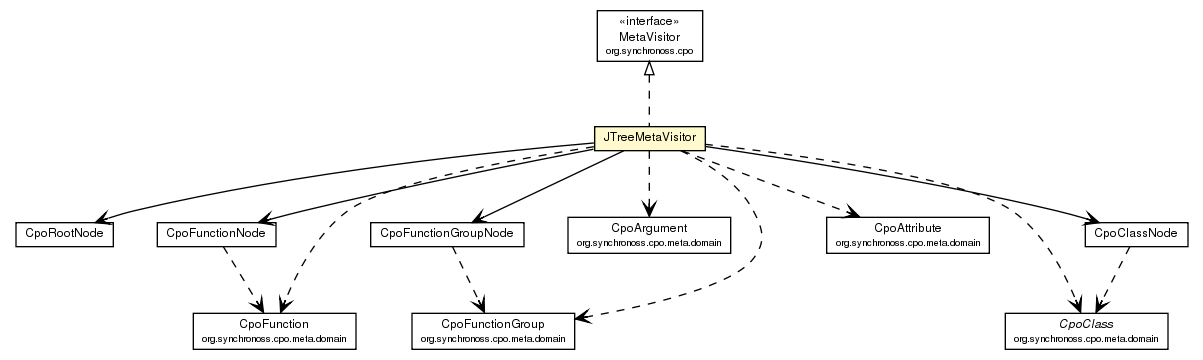
This is site/apidocs/org/synchronoss/cpo/util/JTreeMetaVisitor.png from synchronoss/cpo-util, a Graphviz export, as it was before one commit. Its source is kept beside it as site/apidocs/org/synchronoss/cpo/util/JTreeMetaVisitor.dot.
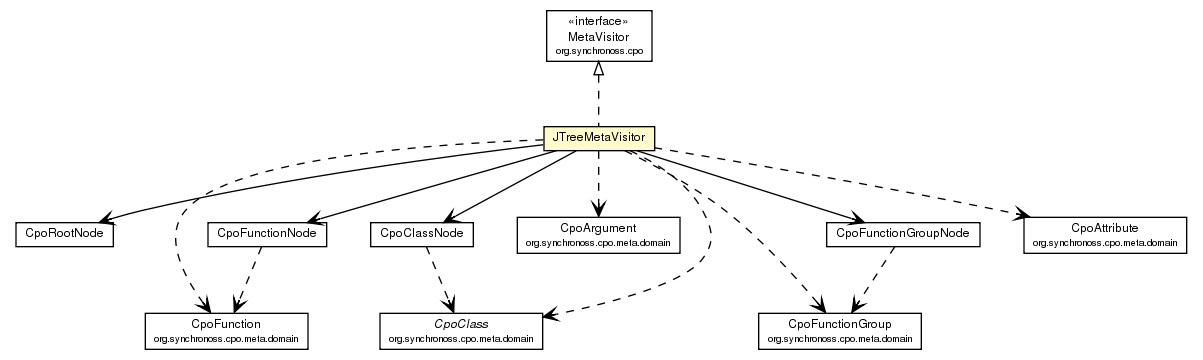
After the commit.

The edit, as a diff of the source:
```diff
@@ -33,14 +33,14 @@
 	c1707:p -> c1728:p [taillabel="", label="", headlabel="", fontname="Helvetica", fontcolor="black", fontsize=10.0, color="black", arrowhead=open];
 	c1707:p -> c1721:p [taillabel="", label="", headlabel="", fontname="Helvetica", fontcolor="black", fontsize=10.0, color="black", arrowhead=open];
 	c1707:p -> c1765:p [taillabel="", label="", headlabel="", fontname="Helvetica", fontcolor="black", fontsize=10.0, color="black", arrowhead=open, style=dashed];
-	c1707:p -> c1767:p [taillabel="", label="", headlabel="", fontname="Helvetica", fontcolor="black", fontsize=10.0, color="black", arrowhead=open, style=dashed];
+	c1707:p -> c1766:p [taillabel="", label="", headlabel="", fontname="Helvetica", fontcolor="black", fontsize=10.0, color="black", arrowhead=open, style=dashed];
 	c1707:p -> c1768:p [taillabel="", label="", headlabel="", fontname="Helvetica", fontcolor="black", fontsize=10.0, color="black", arrowhead=open, style=dashed];
 	c1707:p -> c1769:p [taillabel="", label="", headlabel="", fontname="Helvetica", fontcolor="black", fontsize=10.0, color="black", arrowhead=open, style=dashed];
 	c1707:p -> c1770:p [taillabel="", label="", headlabel="", fontname="Helvetica", fontcolor="black", fontsize=10.0, color="black", arrowhead=open, style=dashed];
-	c1721:p -> c1769:p [taillabel="", label="", headlabel="", fontname="Helvetica", fontcolor="black", fontsize=10.0, color="black", arrowhead=open, style=dashed];
-	c1723:p -> c1770:p [taillabel="", label="", headlabel="", fontname="Helvetica", fontcolor="black", fontsize=10.0, color="black", arrowhead=open, style=dashed];
-	c1728:p -> c1767:p [taillabel="", label="", headlabel="", fontname="Helvetica", fontcolor="black", fontsize=10.0, color="black", arrowhead=open, style=dashed];
-	c1770 [label=<<table border="0" cellborder="1" cellspacing="0" cellpadding="2" port="p" href="http://java.sun.com/j2se/1.4.2/docs/api/org/synchronoss/cpo/meta/domain/CpoClass.html">
+	c1721:p -> c1766:p [taillabel="", label="", headlabel="", fontname="Helvetica", fontcolor="black", fontsize=10.0, color="black", arrowhead=open, style=dashed];
+	c1723:p -> c1769:p [taillabel="", label="", headlabel="", fontname="Helvetica", fontcolor="black", fontsize=10.0, color="black", arrowhead=open, style=dashed];
+	c1728:p -> c1768:p [taillabel="", label="", headlabel="", fontname="Helvetica", fontcolor="black", fontsize=10.0, color="black", arrowhead=open, style=dashed];
+	c1769 [label=<<table border="0" cellborder="1" cellspacing="0" cellpadding="2" port="p" href="http://java.sun.com/j2se/1.4.2/docs/api/org/synchronoss/cpo/meta/domain/CpoClass.html">
 		<tr><td><table border="0" cellspacing="0" cellpadding="1">
 			<tr><td><font face="Helvetica-Oblique"> CpoClass </font></td></tr>
 			<tr><td><font point-size="7.0"> org.synchronoss.cpo.meta.domain </font></td></tr>
@@ -52,19 +52,19 @@
 			<tr><td><font point-size="7.0"> org.synchronoss.cpo.meta.domain </font></td></tr>
 		</table></td></tr>
 		</table>>, fontname="Helvetica", fontcolor="black", fontsize=9.0];
-	c1768 [label=<<table border="0" cellborder="1" cellspacing="0" cellpadding="2" port="p" href="http://java.sun.com/j2se/1.4.2/docs/api/org/synchronoss/cpo/meta/domain/CpoAttribute.html">
+	c1770 [label=<<table border="0" cellborder="1" cellspacing="0" cellpadding="2" port="p" href="http://java.sun.com/j2se/1.4.2/docs/api/org/synchronoss/cpo/meta/domain/CpoAttribute.html">
 		<tr><td><table border="0" cellspacing="0" cellpadding="1">
 			<tr><td> CpoAttribute </td></tr>
 			<tr><td><font point-size="7.0"> org.synchronoss.cpo.meta.domain </font></td></tr>
 		</table></td></tr>
 		</table>>, fontname="Helvetica", fontcolor="black", fontsize=9.0];
-	c1769 [label=<<table border="0" cellborder="1" cellspacing="0" cellpadding="2" port="p" href="http://java.sun.com/j2se/1.4.2/docs/api/org/synchronoss/cpo/meta/domain/CpoFunction.html">
+	c1766 [label=<<table border="0" cellborder="1" cellspacing="0" cellpadding="2" port="p" href="http://java.sun.com/j2se/1.4.2/docs/api/org/synchronoss/cpo/meta/domain/CpoFunction.html">
 		<tr><td><table border="0" cellspacing="0" cellpadding="1">
 			<tr><td> CpoFunction </td></tr>
 			<tr><td><font point-size="7.0"> org.synchronoss.cpo.meta.domain </font></td></tr>
 		</table></td></tr>
 		</table>>, fontname="Helvetica", fontcolor="black", fontsize=9.0];
-	c1767 [label=<<table border="0" cellborder="1" cellspacing="0" cellpadding="2" port="p" href="http://java.sun.com/j2se/1.4.2/docs/api/org/synchronoss/cpo/meta/domain/CpoFunctionGroup.html">
+	c1768 [label=<<table border="0" cellborder="1" cellspacing="0" cellpadding="2" port="p" href="http://java.sun.com/j2se/1.4.2/docs/api/org/synchronoss/cpo/meta/domain/CpoFunctionGroup.html">
 		<tr><td><table border="0" cellspacing="0" cellpadding="1">
 			<tr><td> CpoFunctionGroup </td></tr>
 			<tr><td><font point-size="7.0"> org.synchronoss.cpo.meta.domain </font></td></tr>
```
